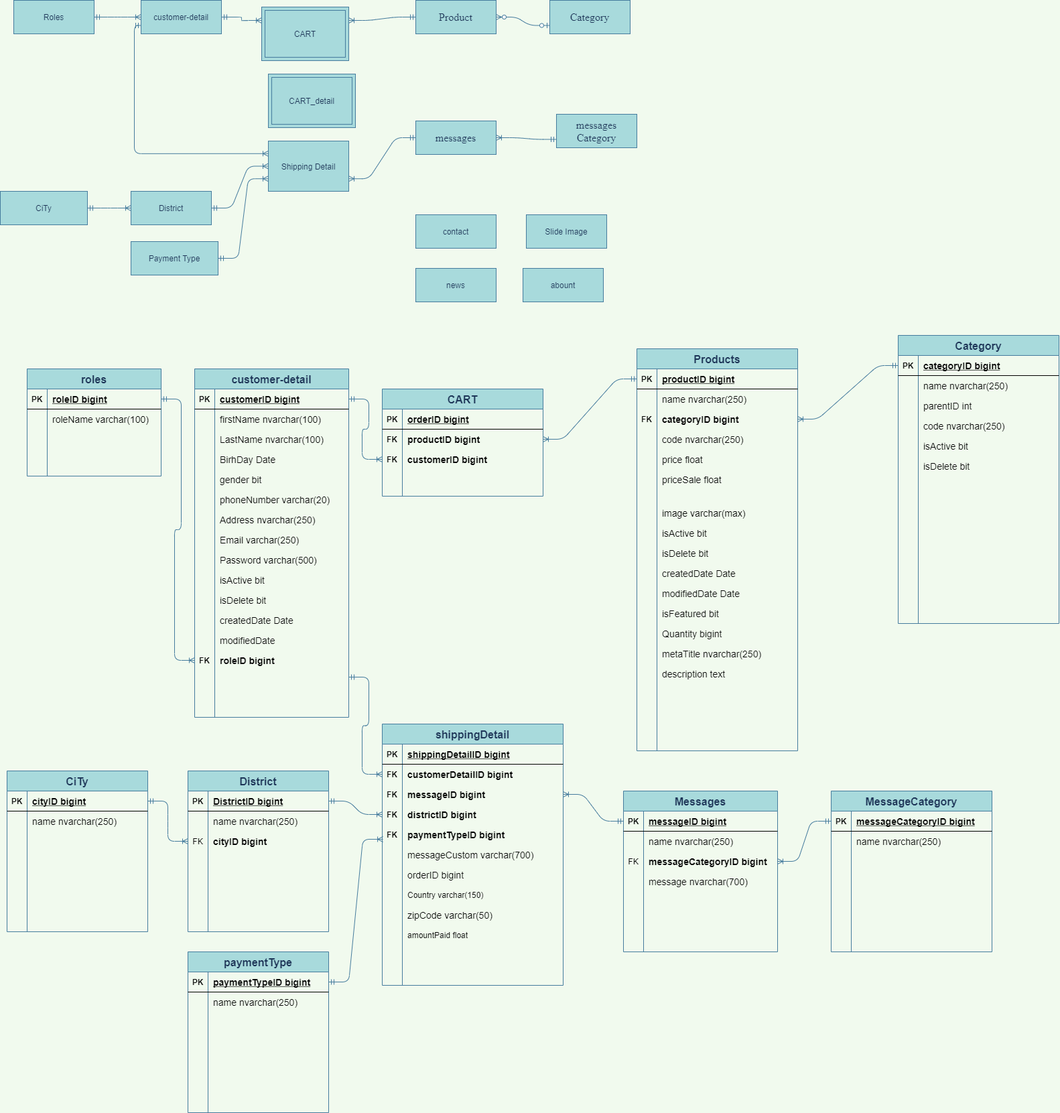
Above: Untitled Diagram.png in maialino123/Eproject-SEM3 (draw.io), before the change. Source tidied: cells renumbered, new cells last; positions are measured from the earlier drawing's top-left corner, leaving out a move shared by most shapes.
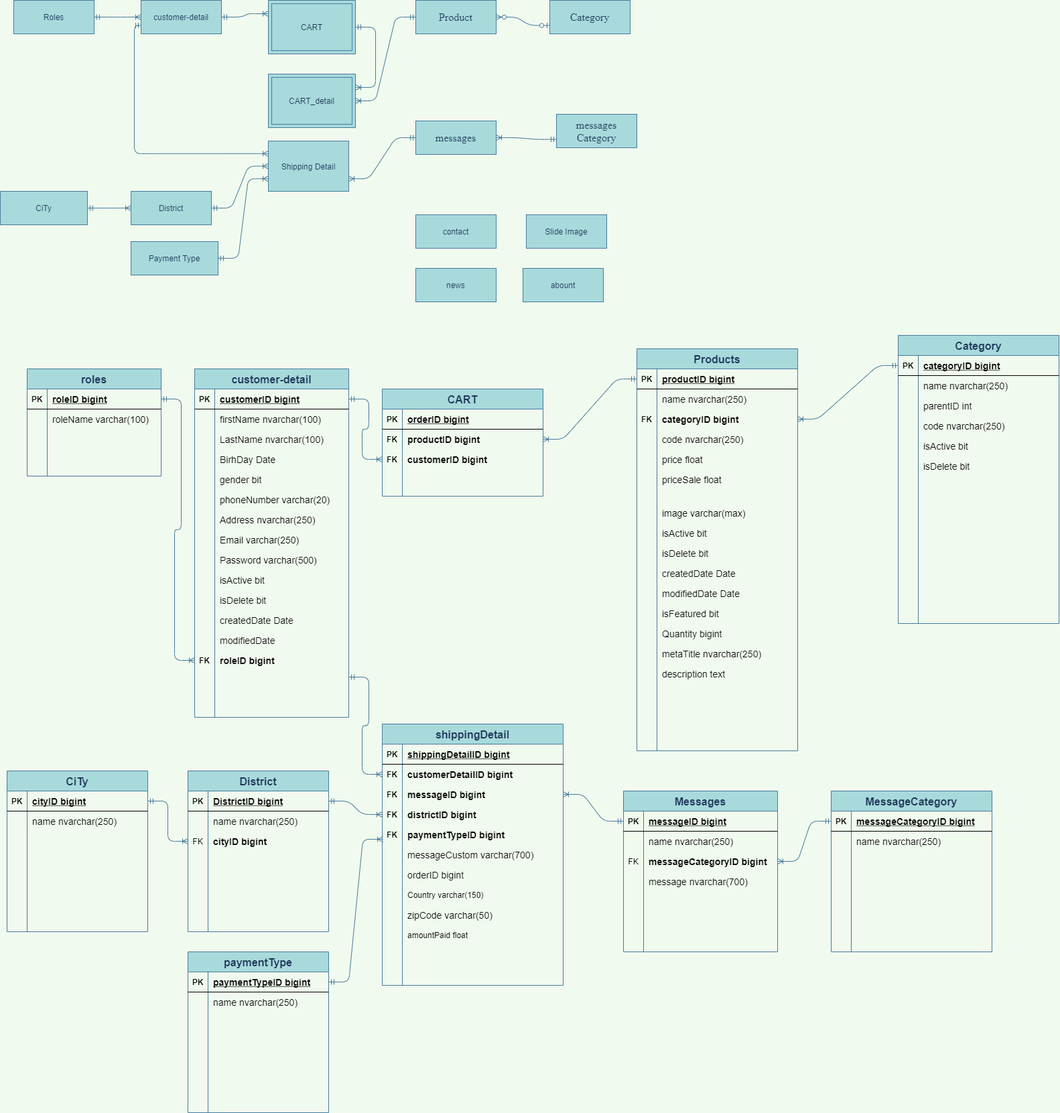
The same diagram one commit later.

The edit, as a diff of the source:
```diff
@@ -38,7 +38,7 @@
     <mxCell id="13" value="Slide Image" style="whiteSpace=wrap;html=1;align=center;rounded=0;sketch=0;fontColor=#1D3557;strokeColor=#457B9D;fillColor=#A8DADC;" parent="1" vertex="1">
       <mxGeometry x="785" y="320" width="120" height="50" as="geometry" />
     </mxCell>
-    <mxCell id="14" style="edgeStyle=entityRelationEdgeStyle;fontSize=12;html=1;endArrow=ERoneToMany;startArrow=ERmandOne;fontColor=#1D3557;strokeColor=#457B9D;fillColor=#A8DADC;entryX=1;entryY=0.25;entryDx=0;entryDy=0;labelBackgroundColor=#F1FAEE;exitX=0;exitY=0.5;exitDx=0;exitDy=0;" parent="1" edge="1" source="5" target="18">
+    <mxCell id="14" style="edgeStyle=entityRelationEdgeStyle;fontSize=12;html=1;endArrow=ERoneToMany;startArrow=ERmandOne;fontColor=#1D3557;strokeColor=#457B9D;fillColor=#A8DADC;entryX=1;entryY=0.5;entryDx=0;entryDy=0;labelBackgroundColor=#F1FAEE;exitX=0;exitY=0.5;exitDx=0;exitDy=0;" parent="1" edge="1" source="5" target="323">
       <mxGeometry relative="1" as="geometry" />
     </mxCell>
     <mxCell id="15" style="edgeStyle=entityRelationEdgeStyle;fontSize=12;html=1;endArrow=ERoneToMany;startArrow=ERmandOne;fontColor=#1D3557;strokeColor=#457B9D;fillColor=#A8DADC;entryX=0;entryY=0.25;entryDx=0;entryDy=0;exitX=1;exitY=0.5;exitDx=0;exitDy=0;labelBackgroundColor=#F1FAEE;" parent="1" edge="1" source="2" target="18">
@@ -51,7 +51,7 @@
       <mxGeometry x="400" y="210" width="120" height="75" as="geometry" />
     </mxCell>
     <mxCell id="18" value="CART" style="shape=ext;margin=3;double=1;whiteSpace=wrap;html=1;align=center;fillColor=#A8DADC;strokeColor=#457B9D;fontColor=#1D3557;" parent="1" vertex="1">
-      <mxGeometry x="390" y="10" width="130" height="80" as="geometry" />
+      <mxGeometry x="400" width="130" height="80" as="geometry" />
     </mxCell>
     <mxCell id="19" style="edgeStyle=entityRelationEdgeStyle;fontSize=12;html=1;endArrow=ERoneToMany;startArrow=ERmandOne;fontColor=#1D3557;strokeColor=#457B9D;fillColor=#A8DADC;entryX=1;entryY=0.75;entryDx=0;entryDy=0;exitX=0;exitY=0.5;exitDx=0;exitDy=0;labelBackgroundColor=#F1FAEE;" parent="1" edge="1" source="3" target="17">
       <mxGeometry relative="1" as="geometry" />
@@ -970,5 +970,8 @@
     <mxCell id="323" value="CART_detail" style="shape=ext;margin=3;double=1;whiteSpace=wrap;html=1;align=center;fillColor=#A8DADC;strokeColor=#457B9D;fontColor=#1D3557;" parent="1" vertex="1">
       <mxGeometry x="400" y="110" width="130" height="80" as="geometry" />
     </mxCell>
+    <mxCell id="324" style="edgeStyle=entityRelationEdgeStyle;fontSize=12;html=1;endArrow=ERoneToMany;startArrow=ERmandOne;fontColor=#1D3557;strokeColor=#457B9D;fillColor=#A8DADC;entryX=1;entryY=0.25;entryDx=0;entryDy=0;labelBackgroundColor=#F1FAEE;exitX=1;exitY=0.5;exitDx=0;exitDy=0;" parent="1" edge="1" source="18" target="323">
+      <mxGeometry relative="1" as="geometry" />
+    </mxCell>
   </root>
 </mxGraphModel>
```
